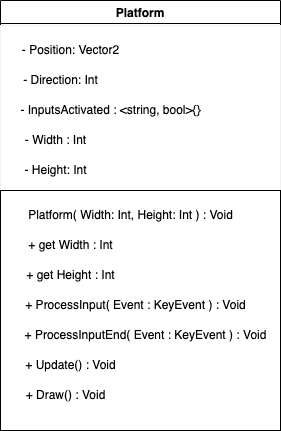
IvanMordovets/IT2_uke1_project keeps this draw.io diagram as The_Game/UML/platform_diagram.png. Above is the earlier version. Source tidied: cells renumbered, new cells last; positions are measured from the earlier drawing's top-left corner, leaving out a move shared by most shapes.
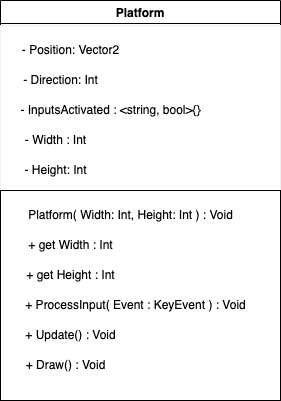
Later version of the same file.

Commit message:
Platform Class implementation

Change to the diagram source:
```diff
@@ -24,7 +24,7 @@
       <mxGeometry x="10" y="155" width="90" height="30" as="geometry" />
     </mxCell>
     <mxCell id="9" style="rounded=0;whiteSpace=wrap;html=1;" parent="1" vertex="1">
-      <mxGeometry y="190" width="280" height="240" as="geometry" />
+      <mxGeometry y="190" width="280" height="210" as="geometry" />
     </mxCell>
     <mxCell id="10" value="Platform( Width: Int, Height: Int ) : Void" style="text;html=1;align=center;verticalAlign=middle;strokeColor=none;fillColor=none;" parent="1" vertex="1">
       <mxGeometry x="15" y="200" width="230" height="30" as="geometry" />
@@ -33,10 +33,10 @@
       <mxGeometry x="15" y="290" width="240" height="30" as="geometry" />
     </mxCell>
     <mxCell id="12" value="+ Update() : Void" style="text;html=1;align=center;verticalAlign=middle;strokeColor=none;fillColor=none;" parent="1" vertex="1">
-      <mxGeometry x="15" y="350" width="110" height="30" as="geometry" />
+      <mxGeometry x="15" y="320" width="110" height="30" as="geometry" />
     </mxCell>
     <mxCell id="13" value="+ Draw() : Void" style="text;html=1;align=center;verticalAlign=middle;strokeColor=none;fillColor=none;" parent="1" vertex="1">
-      <mxGeometry x="15" y="380" width="100" height="30" as="geometry" />
+      <mxGeometry x="15" y="350" width="100" height="30" as="geometry" />
     </mxCell>
     <mxCell id="14" value="+ get Width : Int" style="text;html=1;align=center;verticalAlign=middle;strokeColor=none;fillColor=none;" parent="1" vertex="1">
       <mxGeometry x="15" y="230" width="110" height="30" as="geometry" />
@@ -44,8 +44,5 @@
     <mxCell id="15" value="+ get Height : Int" style="text;html=1;align=center;verticalAlign=middle;strokeColor=none;fillColor=none;" parent="1" vertex="1">
       <mxGeometry x="15" y="260" width="110" height="30" as="geometry" />
     </mxCell>
-    <mxCell id="16" value="+ ProcessInputEnd( Event : KeyEvent ) : Void" style="text;html=1;align=center;verticalAlign=middle;strokeColor=none;fillColor=none;" parent="1" vertex="1">
-      <mxGeometry x="10" y="320" width="270" height="30" as="geometry" />
-    </mxCell>
   </root>
 </mxGraphModel>
```
